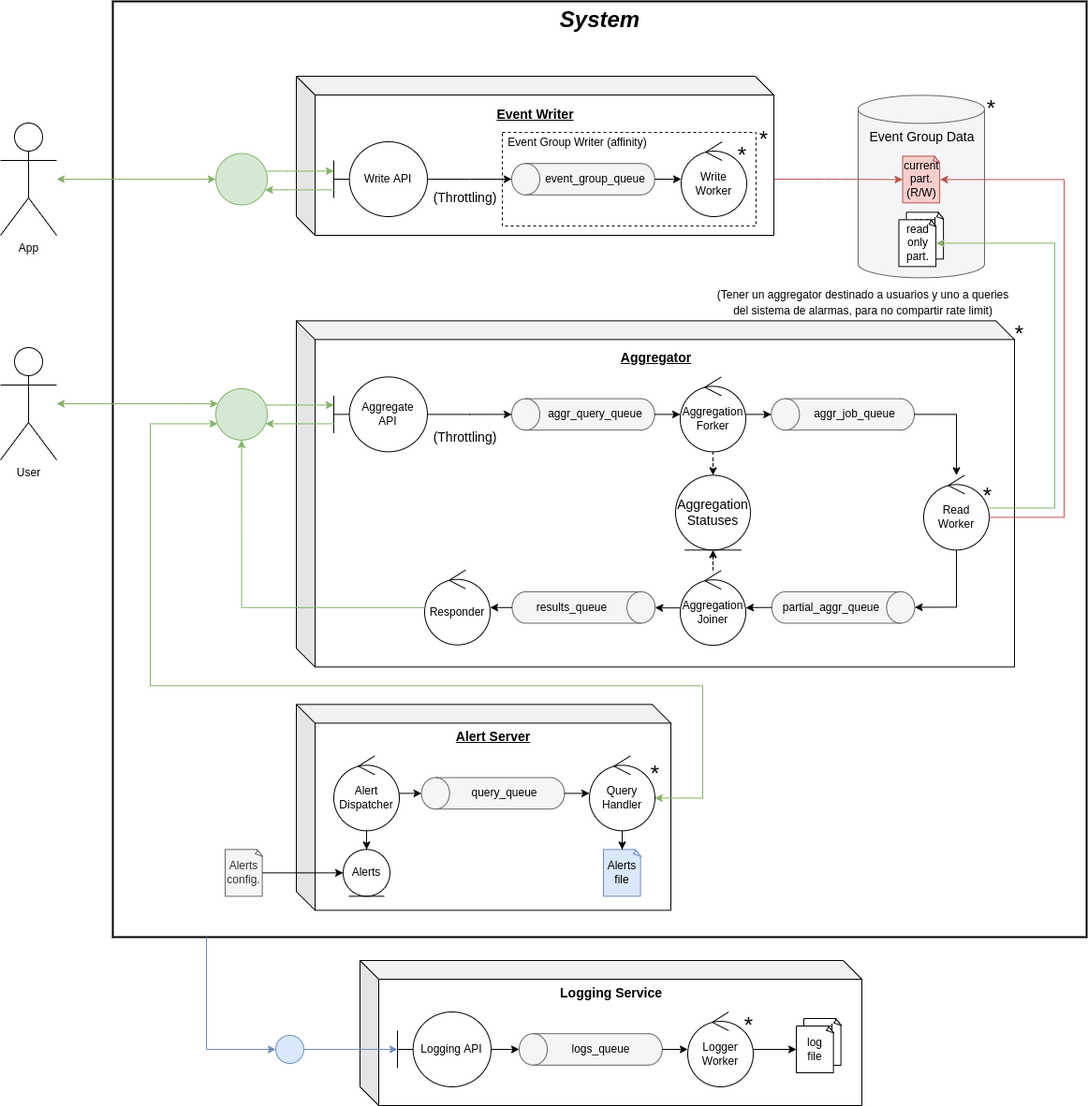
This is TP1/docs/diagrams/robustness.png from mauro7x/distribuidos, a draw.io export, as it was before one commit. Source tidied: cells renumbered, new cells last; positions are measured from the earlier drawing's top-left corner, leaving out a move shared by most shapes.
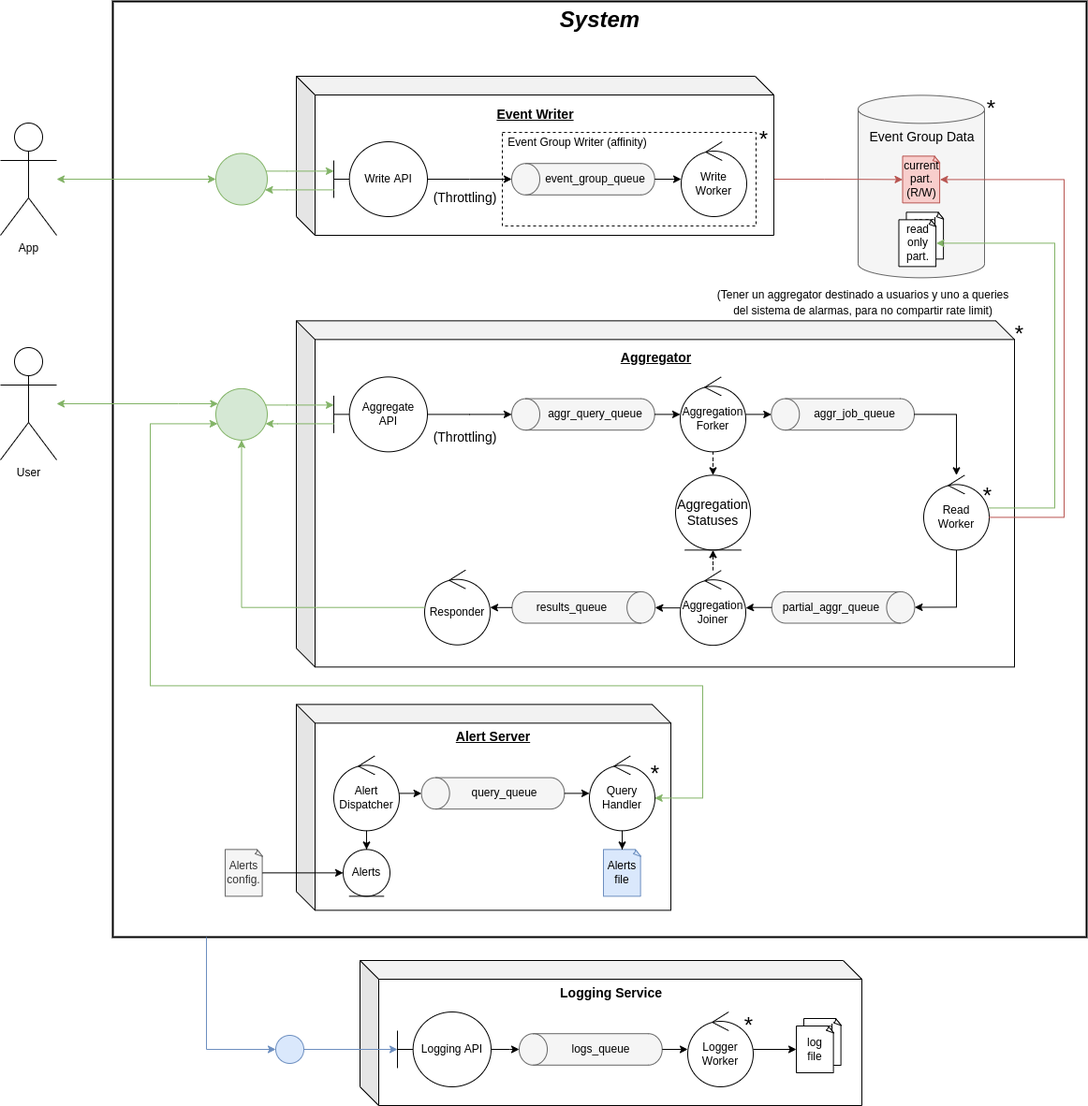
Above is the later version.

Change to the diagram source:
```diff
@@ -264,9 +264,6 @@
     <mxCell id="82" value="Write Worker" style="ellipse;shape=umlControl;whiteSpace=wrap;html=1;" parent="73" vertex="1">
       <mxGeometry x="411" y="70" width="70" height="80" as="geometry" />
     </mxCell>
-    <mxCell id="83" value="*" style="text;html=1;align=center;verticalAlign=middle;strokeColor=none;fillColor=none;fontSize=24;" parent="73" vertex="1">
-      <mxGeometry x="461" y="70" width="30" height="30" as="geometry" />
-    </mxCell>
     <mxCell id="84" style="edgeStyle=orthogonalEdgeStyle;rounded=0;jettySize=auto;html=1;fontSize=14;" parent="73" edge="1" source="78" target="82">
       <mxGeometry relative="1" as="geometry" />
     </mxCell>
```
